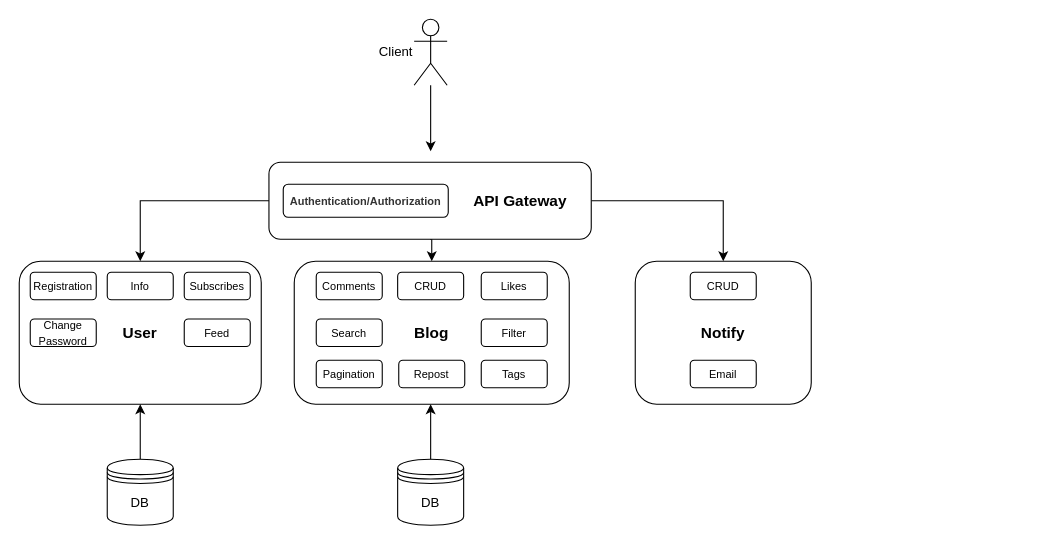
Before: specification.drawio in htmlacademy-nestjs/160701-readme-5, a draw.io diagram. Source tidied: cells renumbered, new cells numbered last; positions are measured from the earlier drawing's top-left corner, leaving out a move shared by most shapes. Both pictures are drawn from the tidied source at 110%, with x=0, y=0 at pixel (19, 19).
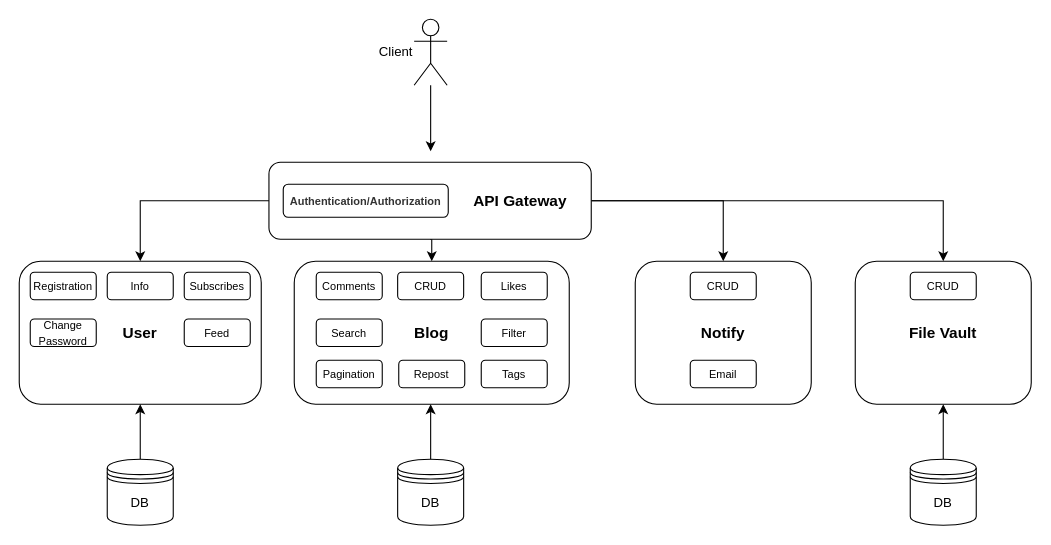
The same diagram, later.

The change refers to these unchanged cells:
```xml
<mxCell id="6" value="&lt;b&gt;&lt;font style=&quot;font-size: 14px;&quot;&gt;API Gateway&lt;/font&gt;&lt;/b&gt;" style="rounded=1;whiteSpace=wrap;html=1;align=right;spacingRight=20;" parent="1" vertex="1">
  <mxGeometry x="227" y="130" width="293" height="70" as="geometry" />
</mxCell>
<mxCell id="11" value="&lt;b&gt;&lt;font style=&quot;font-size: 14px;&quot;&gt;Notify&lt;/font&gt;&lt;/b&gt;" style="rounded=1;whiteSpace=wrap;html=1;labelPosition=center;verticalLabelPosition=middle;align=center;verticalAlign=middle;" parent="1" vertex="1">
  <mxGeometry x="560" y="220" width="160" height="130" as="geometry" />
</mxCell>
```

Diff of the diagram source:
```diff
@@
     <mxCell id="4" style="edgeStyle=orthogonalEdgeStyle;rounded=0;jettySize=auto;html=1;exitX=1;exitY=0.5;exitDx=0;exitDy=0;" parent="1" edge="1" source="6" target="11">
-      <mxGeometry relative="1" as="geometry" />
+      <mxGeometry relative="1" as="geometry">
+        <Array as="points">
+          <mxPoint x="640" y="165" />
+        </Array>
+      </mxGeometry>
     </mxCell>
@@
+    <mxCell id="31" style="edgeStyle=orthogonalEdgeStyle;rounded=0;jettySize=auto;html=1;entryX=0.5;entryY=0;entryDx=0;entryDy=0;" parent="1" edge="1" source="6" target="32">
+      <mxGeometry relative="1" as="geometry" />
+    </mxCell>
@@
+    <mxCell id="32" value="&lt;b&gt;&lt;font style=&quot;font-size: 14px;&quot;&gt;File Vault&lt;/font&gt;&lt;/b&gt;" style="rounded=1;whiteSpace=wrap;html=1;labelPosition=center;verticalLabelPosition=middle;align=center;verticalAlign=middle;" parent="1" vertex="1">
+      <mxGeometry x="760" y="220" width="160" height="130" as="geometry" />
+    </mxCell>
+    <mxCell id="33" style="edgeStyle=orthogonalEdgeStyle;rounded=0;jettySize=auto;html=1;entryX=0.5;entryY=1;entryDx=0;entryDy=0;" parent="1" edge="1" source="34" target="32">
+      <mxGeometry relative="1" as="geometry" />
+    </mxCell>
+    <mxCell id="34" value="DB" style="shape=datastore;whiteSpace=wrap;html=1;" parent="1" vertex="1">
+      <mxGeometry x="810" y="400" width="60" height="60" as="geometry" />
+    </mxCell>
+    <mxCell id="35" value="&lt;span style=&quot;font-size: 10px;&quot;&gt;CRUD&lt;/span&gt;" style="rounded=1;whiteSpace=wrap;html=1;" parent="1" vertex="1">
+      <mxGeometry x="810" y="230" width="60" height="25" as="geometry" />
+    </mxCell>
```
